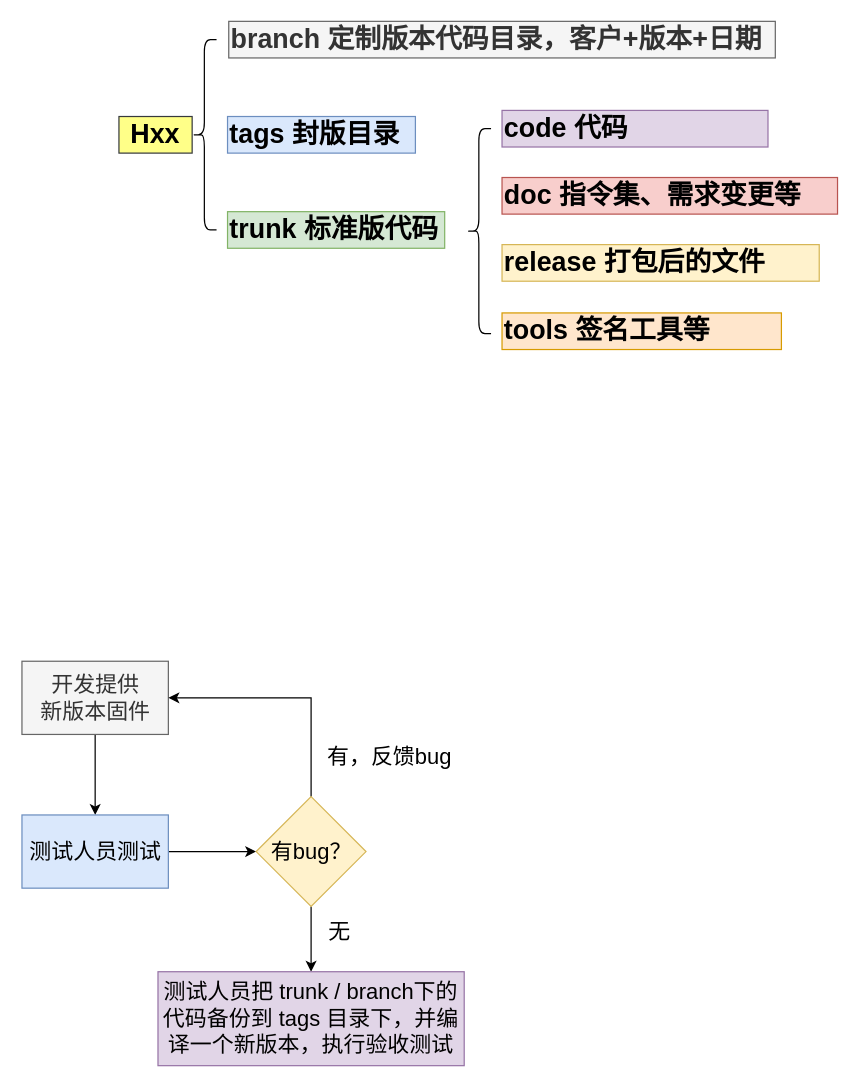
Above: eppCompileFlowchart.drawio in yesiya/EppFlowchart (draw.io), before the change. Source tidied: cells renumbered, new cells numbered last; positions are measured from the earlier drawing's top-left corner, leaving out a move shared by most shapes. Both pictures are drawn from the tidied source at 122%, with x=0, y=0 at pixel (21, 21).
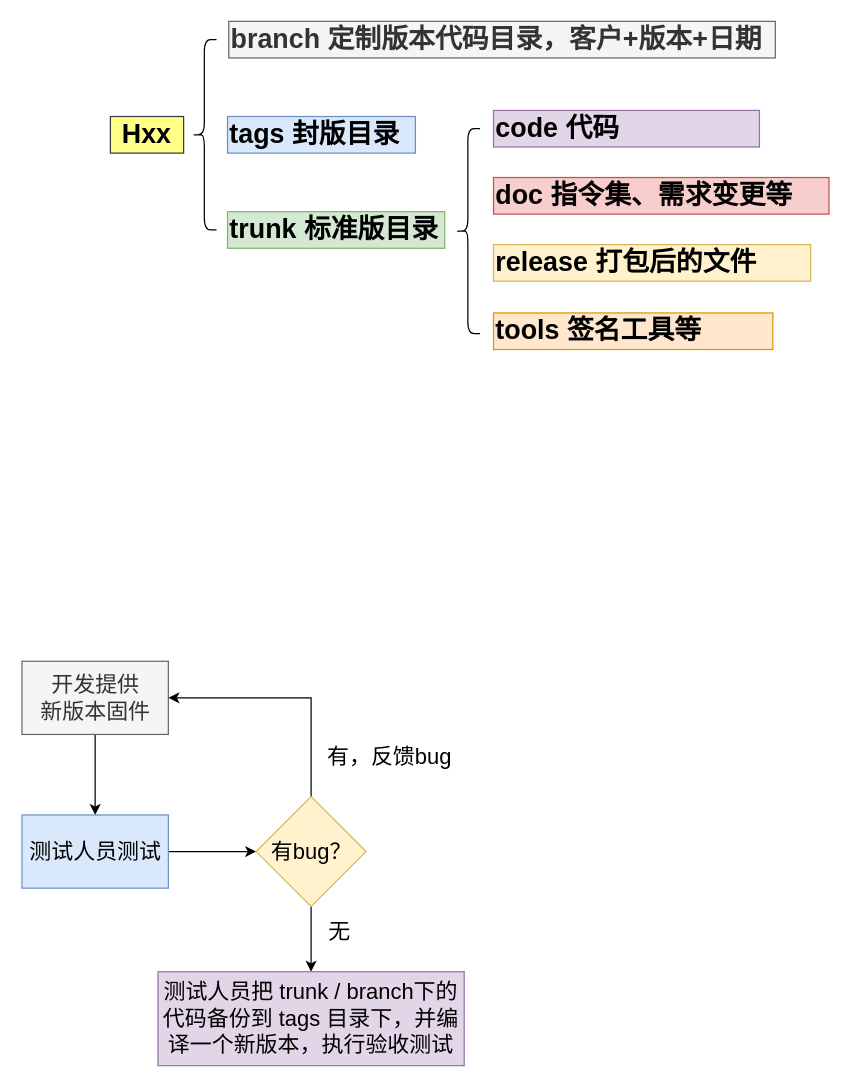
The same diagram, later.

Diff of the diagram source:
```diff
@@
     <mxCell id="2" value="Hxx" style="rounded=0;whiteSpace=wrap;html=1;fontSize=22;verticalAlign=middle;align=center;fontStyle=1;fillColor=#ffff88;strokeColor=#36393d;" parent="1" vertex="1">
-      <mxGeometry x="80" y="78" width="60" height="30" as="geometry" />
+      <mxGeometry x="73" y="78" width="60" height="30" as="geometry" />
     </mxCell>
@@
-    <mxCell id="6" value="trunk&amp;nbsp;&lt;span&gt;标准版代码&lt;/span&gt;&lt;br&gt;" style="rounded=0;whiteSpace=wrap;html=1;strokeColor=#82b366;fontSize=22;verticalAlign=middle;align=left;fontStyle=1;fillColor=#d5e8d4;" parent="1" vertex="1">
+    <mxCell id="6" value="trunk&amp;nbsp;&lt;span&gt;标准版目录&lt;/span&gt;&lt;br&gt;" style="rounded=0;whiteSpace=wrap;html=1;strokeColor=#82b366;fontSize=22;verticalAlign=middle;align=left;fontStyle=1;fillColor=#d5e8d4;" parent="1" vertex="1">
       <mxGeometry x="169" y="156" width="178" height="30" as="geometry" />
     </mxCell>
     <mxCell id="7" style="shape=curlyBracket;whiteSpace=wrap;html=1;rounded=1;fontSize=22;fontStyle=1;fillColor=none;" parent="1" vertex="1">
-      <mxGeometry x="365" y="88" width="20" height="168" as="geometry" />
+      <mxGeometry x="356" y="88" width="20" height="168" as="geometry" />
     </mxCell>
     <mxCell id="8" value="code 代码&lt;br&gt;" style="rounded=0;whiteSpace=wrap;html=1;strokeColor=#9673a6;fontSize=22;verticalAlign=middle;align=left;fontStyle=1;fillColor=#e1d5e7;" parent="1" vertex="1">
-      <mxGeometry x="394" y="73" width="218" height="30" as="geometry" />
+      <mxGeometry x="387" y="73" width="218" height="30" as="geometry" />
     </mxCell>
     <mxCell id="9" value="doc&amp;nbsp;&lt;span&gt;指令集、需求变更等&lt;/span&gt;" style="rounded=0;whiteSpace=wrap;html=1;strokeColor=#b85450;fontSize=22;verticalAlign=middle;align=left;fontStyle=1;fillColor=#f8cecc;" parent="1" vertex="1">
-      <mxGeometry x="394" y="128" width="275" height="30" as="geometry" />
+      <mxGeometry x="387" y="128" width="275" height="30" as="geometry" />
     </mxCell>
     <mxCell id="10" value="release&amp;nbsp;&lt;span&gt;打包后的文件&lt;/span&gt;" style="rounded=0;whiteSpace=wrap;html=1;strokeColor=#d6b656;fontSize=22;verticalAlign=middle;align=left;fontStyle=1;fillColor=#fff2cc;" parent="1" vertex="1">
-      <mxGeometry x="394" y="183" width="260" height="30" as="geometry" />
+      <mxGeometry x="387" y="183" width="260" height="30" as="geometry" />
     </mxCell>
     <mxCell id="11" value="tools&amp;nbsp;&lt;span&gt;签名工具等&lt;/span&gt;" style="rounded=0;whiteSpace=wrap;html=1;strokeColor=#d79b00;fontSize=22;verticalAlign=middle;align=left;fontStyle=1;fillColor=#ffe6cc;" parent="1" vertex="1">
-      <mxGeometry x="394" y="239" width="229" height="30" as="geometry" />
+      <mxGeometry x="387" y="239" width="229" height="30" as="geometry" />
     </mxCell>
```
